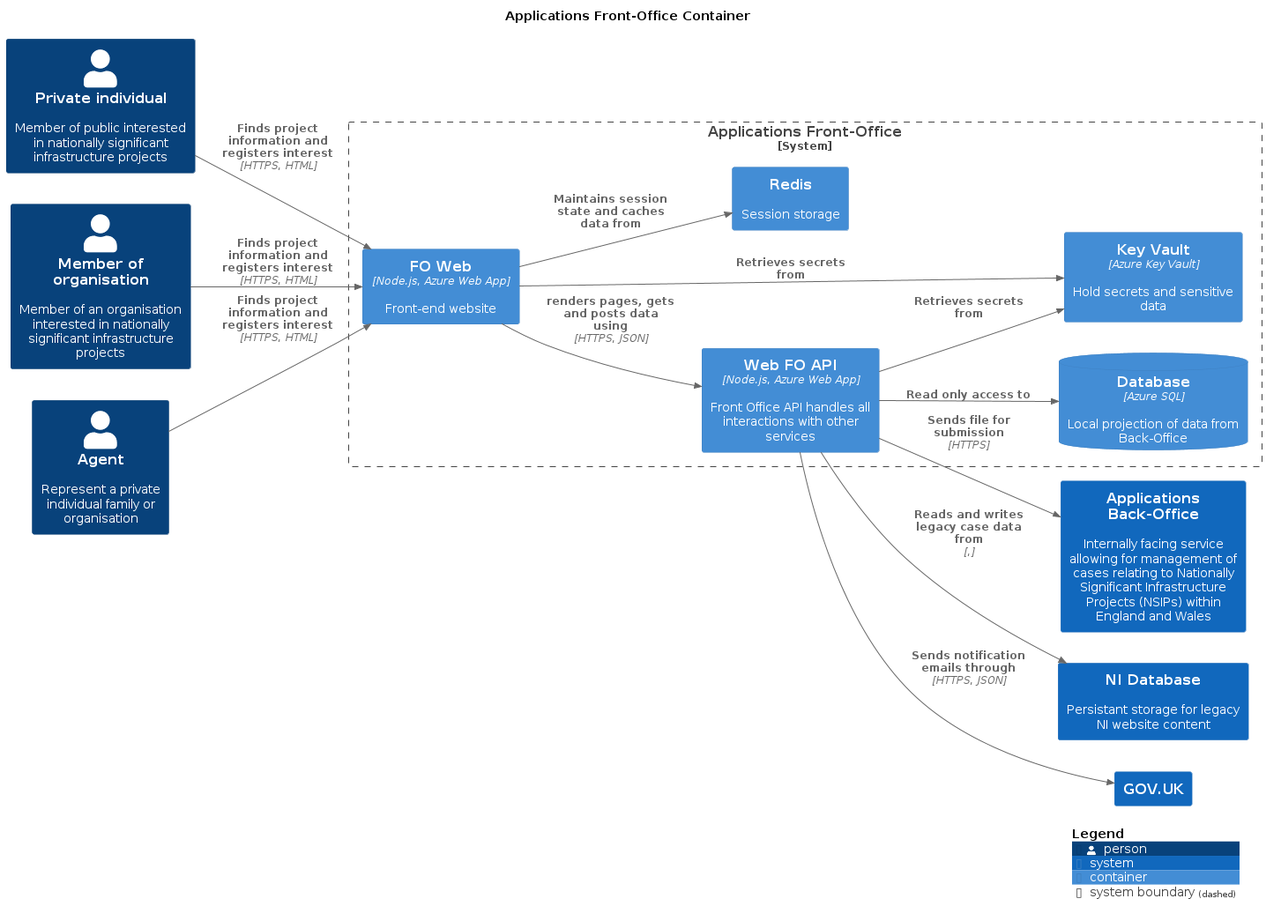
The PlantUML diagram master/png/ApplicationsFOContainer.png in Planning-Inspectorate/applications-service, before a commit. Its diagram source:
```plantuml
@startuml
set separator none
title Applications Front-Office Container

left to right direction

!include <C4/C4>
!include <C4/C4_Context>
!include <C4/C4_Container>

Person(Privateindividual, "Private individual", $descr="Member of public interested in nationally significant infrastructure projects", $tags="", $link="")
Person(Memberoforganisation, "Member of organisation", $descr="Member of an organisation interested in nationally significant infrastructure projects", $tags="", $link="")
Person(Agent, "Agent", $descr="Represent a private individual family or organisation", $tags="", $link="")
System(ApplicationsBackOffice, "Applications Back-Office", $descr="Internally facing service allowing for management of cases relating to Nationally Significant Infrastructure Projects (NSIPs) within England and Wales", $tags="", $link="")
System(NIDatabase, "NI Database", $descr="Persistant storage for legacy NI website content", $tags="", $link="")
System(GOVUK, "GOV.UK", $descr="", $tags="", $link="")

System_Boundary("ApplicationsFrontOffice_boundary", "Applications Front-Office", $tags="") {
  Container(ApplicationsFrontOffice.KeyVault, "Key Vault", $techn="Azure Key Vault", $descr="Hold secrets and sensitive data", $tags="", $link="")
  Container(ApplicationsFrontOffice.FOWeb, "FO Web", $techn="Node.js, Azure Web App", $descr="Front-end website", $tags="", $link="")
  Container(ApplicationsFrontOffice.WebFOAPI, "Web FO API", $techn="Node.js, Azure Web App", $descr="Front Office API handles all interactions with other services", $tags="", $link="")
  Container(ApplicationsFrontOffice.Redis, "Redis", $techn="", $descr="Session storage", $tags="", $link="")
  ContainerDb(ApplicationsFrontOffice.Database, "Database", $techn="Azure SQL", $descr="Local projection of data from Back-Office", $tags="", $link="")
}

Rel(ApplicationsFrontOffice.WebFOAPI, ApplicationsBackOffice, "Sends file for submission", $techn="HTTPS", $tags="", $link="")
Rel(Privateindividual, ApplicationsFrontOffice.FOWeb, "Finds project information and registers interest", $techn="HTTPS, HTML", $tags="", $link="")
Rel(Memberoforganisation, ApplicationsFrontOffice.FOWeb, "Finds project information and registers interest", $techn="HTTPS, HTML", $tags="", $link="")
Rel(Agent, ApplicationsFrontOffice.FOWeb, "Finds project information and registers interest", $techn="HTTPS, HTML", $tags="", $link="")
Rel(ApplicationsFrontOffice.FOWeb, ApplicationsFrontOffice.Redis, "Maintains session state and caches data from", $techn="", $tags="", $link="")
Rel(ApplicationsFrontOffice.FOWeb, ApplicationsFrontOffice.KeyVault, "Retrieves secrets from", $techn="", $tags="", $link="")
Rel(ApplicationsFrontOffice.FOWeb, ApplicationsFrontOffice.WebFOAPI, "renders pages, gets and posts data using", $techn="HTTPS, JSON", $tags="", $link="")
Rel(ApplicationsFrontOffice.WebFOAPI, ApplicationsFrontOffice.Database, "Read only access to", $techn="", $tags="", $link="")
Rel(ApplicationsFrontOffice.WebFOAPI, GOVUK, "Sends notification emails through", $techn="HTTPS, JSON", $tags="", $link="")
Rel(ApplicationsFrontOffice.WebFOAPI, NIDatabase, "Reads and writes legacy case data from", $techn=",", $tags="", $link="")
Rel(ApplicationsFrontOffice.WebFOAPI, ApplicationsFrontOffice.KeyVault, "Retrieves secrets from", $techn="", $tags="", $link="")

SHOW_LEGEND(true)
@enduml
```
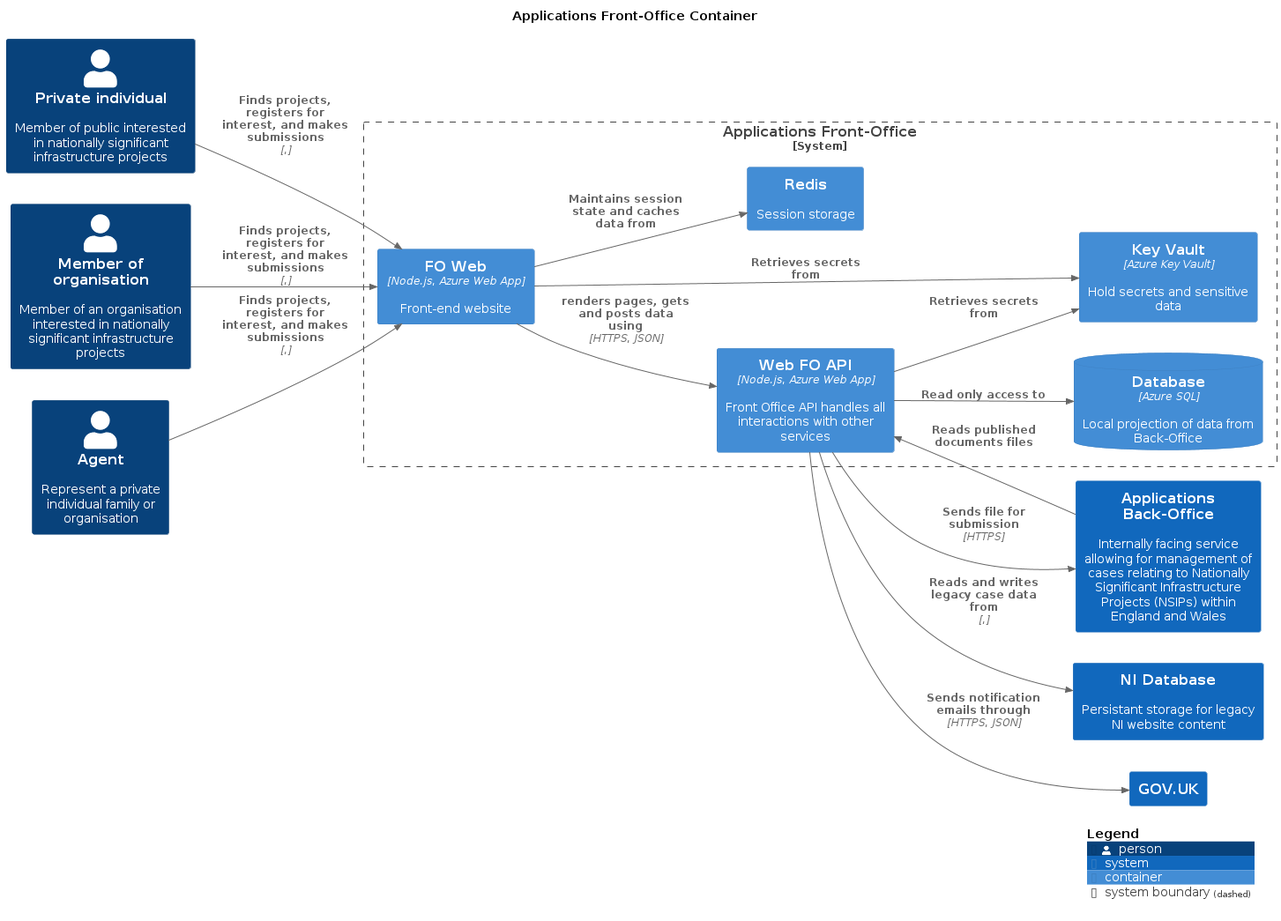
The same diagram one commit later.

What changed in the source:
```diff
@@ -24,9 +24,10 @@
 }
 
 Rel(ApplicationsFrontOffice.WebFOAPI, ApplicationsBackOffice, "Sends file for submission", $techn="HTTPS", $tags="", $link="")
-Rel(Privateindividual, ApplicationsFrontOffice.FOWeb, "Finds project information and registers interest", $techn="HTTPS, HTML", $tags="", $link="")
-Rel(Memberoforganisation, ApplicationsFrontOffice.FOWeb, "Finds project information and registers interest", $techn="HTTPS, HTML", $tags="", $link="")
-Rel(Agent, ApplicationsFrontOffice.FOWeb, "Finds project information and registers interest", $techn="HTTPS, HTML", $tags="", $link="")
+Rel(ApplicationsBackOffice, ApplicationsFrontOffice.WebFOAPI, "Reads published documents files", $techn="", $tags="", $link="")
+Rel(Privateindividual, ApplicationsFrontOffice.FOWeb, "Finds projects, registers for interest, and makes submissions", $techn=",", $tags="", $link="")
+Rel(Memberoforganisation, ApplicationsFrontOffice.FOWeb, "Finds projects, registers for interest, and makes submissions", $techn=",", $tags="", $link="")
+Rel(Agent, ApplicationsFrontOffice.FOWeb, "Finds projects, registers for interest, and makes submissions", $techn=",", $tags="", $link="")
 Rel(ApplicationsFrontOffice.FOWeb, ApplicationsFrontOffice.Redis, "Maintains session state and caches data from", $techn="", $tags="", $link="")
 Rel(ApplicationsFrontOffice.FOWeb, ApplicationsFrontOffice.KeyVault, "Retrieves secrets from", $techn="", $tags="", $link="")
 Rel(ApplicationsFrontOffice.FOWeb, ApplicationsFrontOffice.WebFOAPI, "renders pages, gets and posts data using", $techn="HTTPS, JSON", $tags="", $link="")
```
